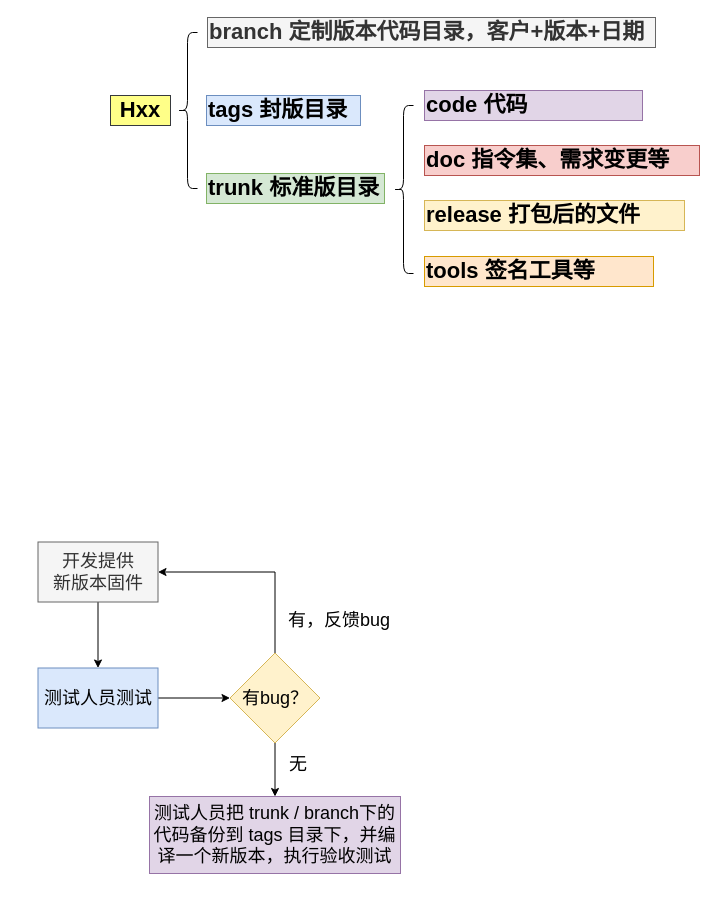
The draw.io diagram eppCompileFlowchart.drawio in yesiya/EppFlowchart, before the edit. Source tidied: cells renumbered, new cells numbered last; positions are measured from the earlier drawing's top-left corner, leaving out a move shared by most shapes. Both pictures are drawn from the tidied source at 100%, with x=0, y=0 at pixel (37, 17).
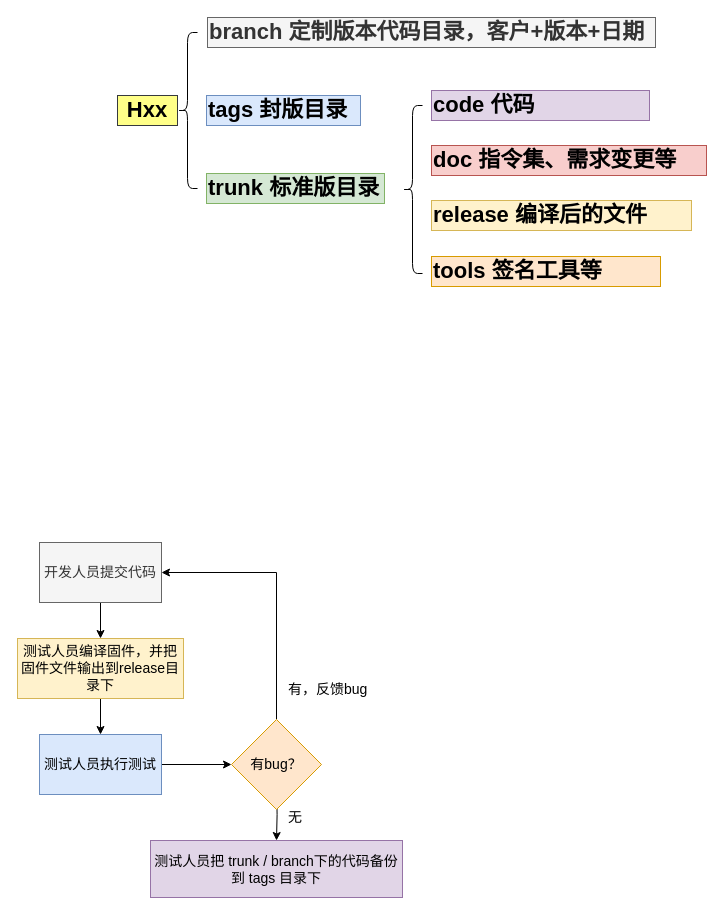
Above is the later version.

Commit message:
fix compile flow

Diff of the diagram source:
```diff
@@
     <mxCell id="2" value="Hxx" style="rounded=0;whiteSpace=wrap;html=1;fontSize=22;verticalAlign=middle;align=center;fontStyle=1;fillColor=#ffff88;strokeColor=#36393d;" parent="1" vertex="1">
-      <mxGeometry x="73" y="78" width="60" height="30" as="geometry" />
+      <mxGeometry x="80" y="78" width="60" height="30" as="geometry" />
     </mxCell>
@@
     <mxCell id="7" style="shape=curlyBracket;whiteSpace=wrap;html=1;rounded=1;fontSize=22;fontStyle=1;fillColor=none;" parent="1" vertex="1">
-      <mxGeometry x="356" y="88" width="20" height="168" as="geometry" />
+      <mxGeometry x="365" y="88" width="20" height="168" as="geometry" />
     </mxCell>
     <mxCell id="8" value="code 代码&lt;br&gt;" style="rounded=0;whiteSpace=wrap;html=1;strokeColor=#9673a6;fontSize=22;verticalAlign=middle;align=left;fontStyle=1;fillColor=#e1d5e7;" parent="1" vertex="1">
-      <mxGeometry x="387" y="73" width="218" height="30" as="geometry" />
+      <mxGeometry x="394" y="73" width="218" height="30" as="geometry" />
     </mxCell>
     <mxCell id="9" value="doc&amp;nbsp;&lt;span&gt;指令集、需求变更等&lt;/span&gt;" style="rounded=0;whiteSpace=wrap;html=1;strokeColor=#b85450;fontSize=22;verticalAlign=middle;align=left;fontStyle=1;fillColor=#f8cecc;" parent="1" vertex="1">
-      <mxGeometry x="387" y="128" width="275" height="30" as="geometry" />
+      <mxGeometry x="394" y="128" width="275" height="30" as="geometry" />
     </mxCell>
-    <mxCell id="10" value="release&amp;nbsp;&lt;span&gt;打包后的文件&lt;/span&gt;" style="rounded=0;whiteSpace=wrap;html=1;strokeColor=#d6b656;fontSize=22;verticalAlign=middle;align=left;fontStyle=1;fillColor=#fff2cc;" parent="1" vertex="1">
-      <mxGeometry x="387" y="183" width="260" height="30" as="geometry" />
+    <mxCell id="10" value="release 编译&lt;span&gt;后的文件&lt;/span&gt;" style="rounded=0;whiteSpace=wrap;html=1;strokeColor=#d6b656;fontSize=22;verticalAlign=middle;align=left;fontStyle=1;fillColor=#fff2cc;" parent="1" vertex="1">
+      <mxGeometry x="394" y="183" width="260" height="30" as="geometry" />
     </mxCell>
     <mxCell id="11" value="tools&amp;nbsp;&lt;span&gt;签名工具等&lt;/span&gt;" style="rounded=0;whiteSpace=wrap;html=1;strokeColor=#d79b00;fontSize=22;verticalAlign=middle;align=left;fontStyle=1;fillColor=#ffe6cc;" parent="1" vertex="1">
-      <mxGeometry x="387" y="239" width="229" height="30" as="geometry" />
+      <mxGeometry x="394" y="239" width="229" height="30" as="geometry" />
     </mxCell>
-    <mxCell id="12" style="edgeStyle=orthogonalEdgeStyle;rounded=0;jettySize=auto;html=1;fontSize=18;" parent="1" edge="1" source="13" target="15">
-      <mxGeometry relative="1" as="geometry" />
-    </mxCell>
+    <mxCell id="22" style="edgeStyle=none;rounded=0;jettySize=auto;html=1;exitX=0.5;exitY=1;exitDx=0;exitDy=0;fontSize=14;" parent="1" edge="1" source="13" target="24">
+      <mxGeometry relative="1" as="geometry" />
+    </mxCell>
-    <mxCell id="13" value="开发提供&lt;br&gt;新版本固件" style="rounded=0;whiteSpace=wrap;html=1;fontSize=18;align=center;fillColor=#f5f5f5;strokeColor=#666666;fontColor=#333333;" parent="1" vertex="1">
-      <mxGeometry x="0.5" y="524.5" width="120" height="60" as="geometry" />
+    <mxCell id="13" value="开发人员提交代码" style="rounded=0;whiteSpace=wrap;html=1;fontSize=14;align=center;fillColor=#f5f5f5;strokeColor=#666666;fontColor=#333333;" parent="1" vertex="1">
+      <mxGeometry x="2" y="525" width="122" height="60" as="geometry" />
     </mxCell>
+    <mxCell id="23" style="edgeStyle=none;rounded=0;jettySize=auto;html=1;exitX=0.5;exitY=1;exitDx=0;exitDy=0;fontSize=14;" parent="1" edge="1" source="24" target="15">
+      <mxGeometry relative="1" as="geometry" />
+    </mxCell>
+    <mxCell id="24" value="测试人员编译固件，并把固件文件输出到release目录下&lt;br&gt;" style="rounded=0;whiteSpace=wrap;html=1;fontSize=14;align=center;fillColor=#fff2cc;strokeColor=#d6b656;" parent="1" vertex="1">
+      <mxGeometry x="-20" y="621" width="166" height="60" as="geometry" />
+    </mxCell>
-    <mxCell id="14" style="edgeStyle=orthogonalEdgeStyle;rounded=0;jettySize=auto;html=1;fontSize=18;" parent="1" edge="1" source="15" target="18">
+    <mxCell id="14" style="edgeStyle=orthogonalEdgeStyle;rounded=0;jettySize=auto;html=1;fontSize=14;" parent="1" edge="1" source="15" target="18">
       <mxGeometry relative="1" as="geometry" />
     </mxCell>
-    <mxCell id="15" value="测试人员测试" style="rounded=0;whiteSpace=wrap;html=1;fontSize=18;align=center;fillColor=#dae8fc;strokeColor=#6c8ebf;" parent="1" vertex="1">
-      <mxGeometry x="0.5" y="650.5" width="120" height="60" as="geometry" />
+    <mxCell id="15" value="测试人员执行测试" style="rounded=0;whiteSpace=wrap;html=1;fontSize=14;align=center;fillColor=#dae8fc;strokeColor=#6c8ebf;" parent="1" vertex="1">
+      <mxGeometry x="2" y="717" width="122" height="60" as="geometry" />
     </mxCell>
-    <mxCell id="16" style="edgeStyle=orthogonalEdgeStyle;rounded=0;jettySize=auto;html=1;exitX=0.5;exitY=0;exitDx=0;exitDy=0;entryX=1;entryY=0.5;entryDx=0;entryDy=0;fontSize=18;" parent="1" edge="1" source="18" target="13">
+    <mxCell id="16" style="edgeStyle=orthogonalEdgeStyle;rounded=0;jettySize=auto;html=1;exitX=0.5;exitY=0;exitDx=0;exitDy=0;entryX=1;entryY=0.5;entryDx=0;entryDy=0;fontSize=14;" parent="1" edge="1" source="18" target="13">
       <mxGeometry relative="1" as="geometry" />
     </mxCell>
-    <mxCell id="17" style="edgeStyle=orthogonalEdgeStyle;rounded=0;jettySize=auto;html=1;fontSize=18;" parent="1" edge="1" source="18" target="20">
-      <mxGeometry relative="1" as="geometry" />
+    <mxCell id="17" style="edgeStyle=orthogonalEdgeStyle;rounded=0;jettySize=auto;html=1;fontSize=14;" parent="1" edge="1" target="20">
+      <mxGeometry relative="1" as="geometry">
+        <mxPoint x="239.1" y="769.9" as="sourcePoint" />
+      </mxGeometry>
     </mxCell>
-    <mxCell id="18" value="有bug？" style="rhombus;whiteSpace=wrap;html=1;fontSize=18;align=center;fillColor=#fff2cc;strokeColor=#d6b656;" parent="1" vertex="1">
-      <mxGeometry x="192.5" y="635.5" width="90" height="90" as="geometry" />
+    <mxCell id="18" value="有bug？" style="rhombus;whiteSpace=wrap;html=1;fontSize=14;align=center;fillColor=#ffe6cc;strokeColor=#d79b00;" parent="1" vertex="1">
+      <mxGeometry x="194" y="702" width="90" height="90" as="geometry" />
     </mxCell>
-    <mxCell id="19" value="有，反馈bug" style="text;html=1;align=left;verticalAlign=top;spacingTop=-4;fontSize=18;" parent="1" vertex="1">
-      <mxGeometry x="249" y="590" width="113" height="21" as="geometry" />
+    <mxCell id="19" value="有，反馈bug" style="text;html=1;align=left;verticalAlign=top;spacingTop=-4;fontSize=14;" parent="1" vertex="1">
+      <mxGeometry x="249" y="661" width="113" height="21" as="geometry" />
     </mxCell>
-    <mxCell id="20" value="测试人员把 trunk / branch下的代码备份到 tags 目录下，并编译一个新版本，执行验收测试" style="rounded=0;whiteSpace=wrap;html=1;fontSize=18;align=center;fillColor=#e1d5e7;strokeColor=#9673a6;" parent="1" vertex="1">
-      <mxGeometry x="112" y="779" width="251" height="77" as="geometry" />
+    <mxCell id="20" value="测试人员把 trunk / branch下的代码备份到 tags 目录下" style="rounded=0;whiteSpace=wrap;html=1;fontSize=14;align=center;fillColor=#e1d5e7;strokeColor=#9673a6;" parent="1" vertex="1">
+      <mxGeometry x="113" y="823" width="252" height="57" as="geometry" />
     </mxCell>
-    <mxCell id="21" value="无" style="text;html=1;align=left;verticalAlign=top;spacingTop=-4;fontSize=18;" parent="1" vertex="1">
-      <mxGeometry x="250" y="734" width="28" height="21" as="geometry" />
+    <mxCell id="21" value="无" style="text;html=1;align=left;verticalAlign=top;spacingTop=-4;fontSize=14;" parent="1" vertex="1">
+      <mxGeometry x="249" y="789" width="28" height="21" as="geometry" />
     </mxCell>
```
